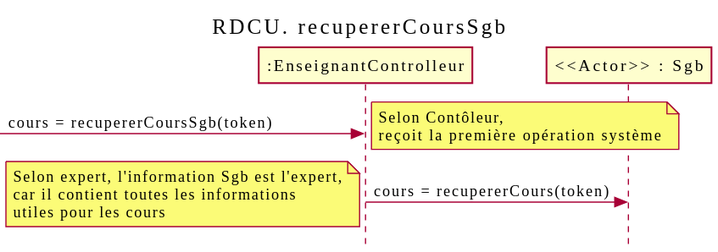
Before: out/docs/Ajouter cours/RDCU_recupererCoursSgb/recupererCoursSgb.svg, a diagram exported from PlantUML (nerdz88/SGA-TS). The source it was exported from:
```plantuml
@startuml
skinparam style strictuml
skinparam defaultfontname Verdana
title RDCU. recupererCoursSgb
participant ":EnseignantControlleur" as sga
participant "<<Actor>> : Sgb" as sgb

->sga : cours = recupererCoursSgb(token)
note left : Selon Contôleur,\nreçoit la première opération système
sga->sgb: cours = recupererCours(token)
note left : Selon expert, l'information Sgb est l'expert,\ncar il contient toutes les informations\nutiles pour les cours
@enduml
```
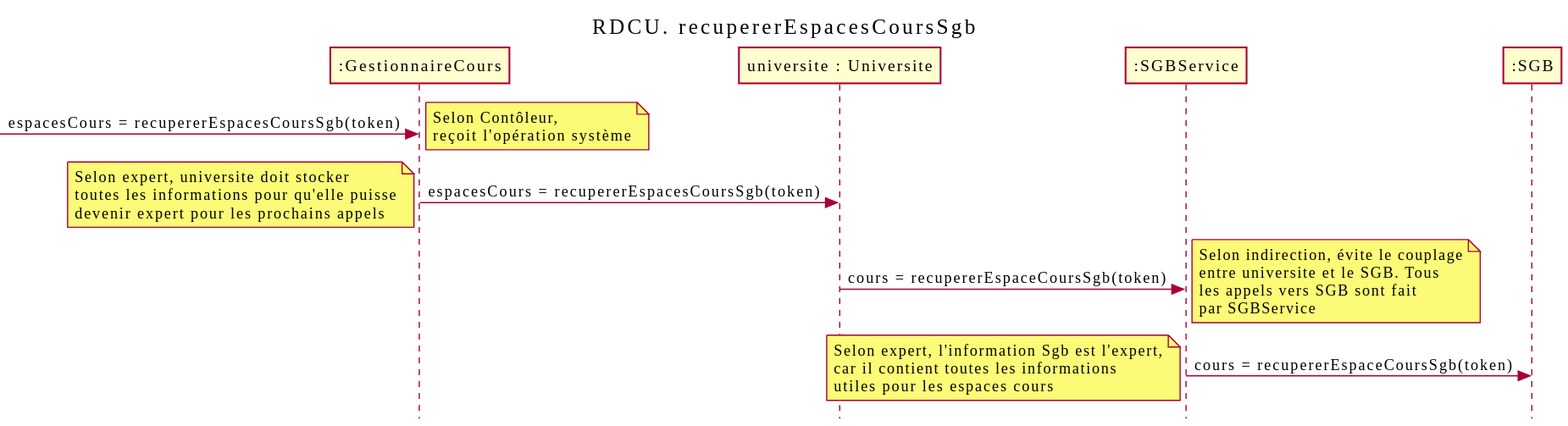
After the commit.

What changed in the source:
```diff
@@ -1,12 +1,19 @@
 @startuml
 skinparam style strictuml
 skinparam defaultfontname Verdana
-title RDCU. recupererCoursSgb
-participant ":EnseignantControlleur" as sga
-participant "<<Actor>> : Sgb" as sgb
+title RDCU. recupererEspacesCoursSgb
+participant ":GestionnaireCours" as gesCours
+participant "universite : Universite" as uni
+participant ":SGBService" as service
+participant ":SGB" as sgb
 
-->sga : cours = recupererCoursSgb(token)
-note left : Selon Contôleur,\nreçoit la première opération système
-sga->sgb: cours = recupererCours(token)
-note left : Selon expert, l'information Sgb est l'expert,\ncar il contient toutes les informations\nutiles pour les cours
+
+->gesCours : espacesCours = recupererEspacesCoursSgb(token)
+note left : Selon Contôleur,\nreçoit l'opération système
+gesCours -> uni  : espacesCours = recupererEspacesCoursSgb(token)
+note left : Selon expert, universite doit stocker\ntoutes les informations pour qu'elle puisse\ndevenir expert pour les prochains appels
+uni->service: cours = recupererEspaceCoursSgb(token)
+note right : Selon indirection, évite le couplage\nentre universite et le SGB. Tous\nles appels vers SGB sont fait\npar SGBService
+service -> sgb : cours = recupererEspaceCoursSgb(token)
+note left : Selon expert, l'information Sgb est l'expert,\ncar il contient toutes les informations\nutiles pour les espaces cours
 @enduml
```
